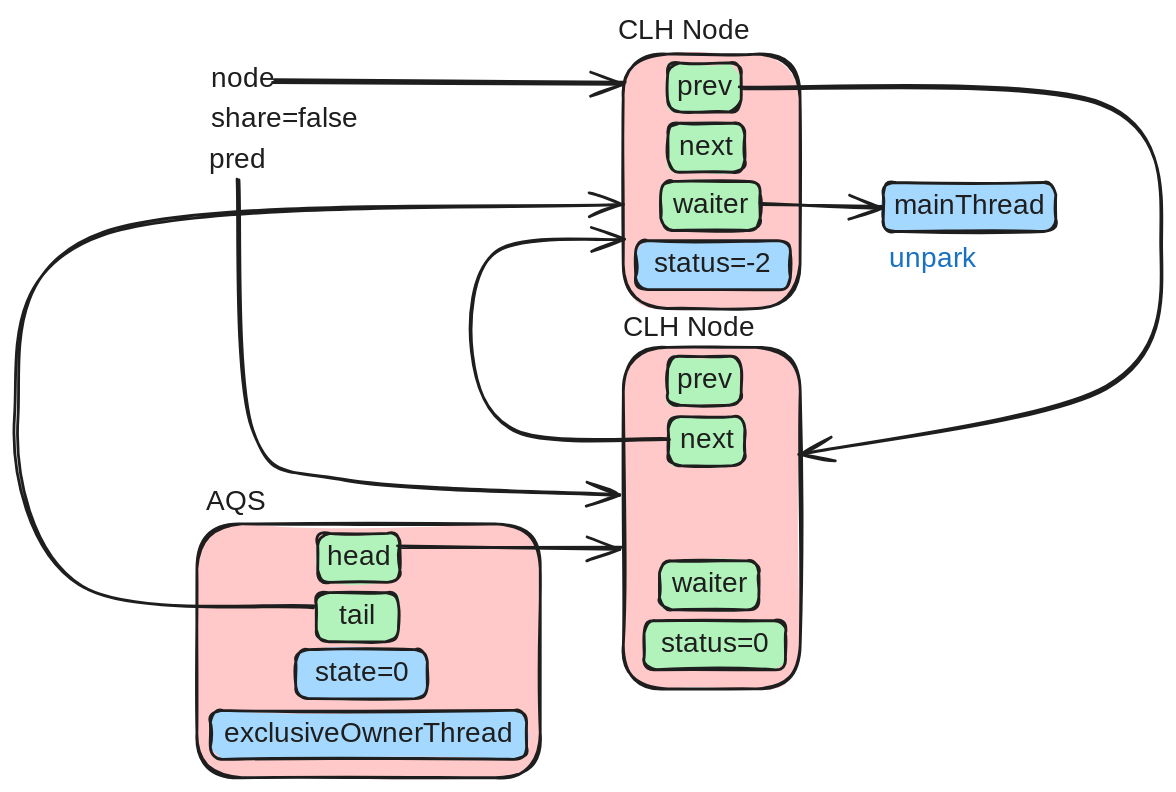
Above: docs/Java/Concurrency/Sync/AQS_Multithread_LockedThread_UnLock.excalidraw.svg in Xianzhan/xianzhan.github.io (Excalidraw), before the change. Source tidied: one line per element, renumbered; positions are measured from the earlier drawing's top-left corner, leaving out a move shared by most shapes. Source of this version:
```json
{"id": 0, "type": "rectangle", "strokeColor": "#1e1e1e", "backgroundColor": "#ffc9c9", "fillStyle": "solid", "strokeWidth": 2, "roughness": 1, "round": true, "x": 130, "y": 364, "width": 245, "height": 181}
{"id": 1, "type": "rectangle", "strokeColor": "#1e1e1e", "backgroundColor": "#b2f2bb", "fillStyle": "solid", "strokeWidth": 2, "roughness": 1, "round": true, "x": 216, "y": 371, "width": 59, "height": 35}
{"id": 2, "type": "text", "text": "head", "strokeColor": "#1e1e1e", "backgroundColor": "#b2f2bb", "fillStyle": "solid", "strokeWidth": 2, "roughness": 1, "fontSize": 20, "fontFamily": 5, "textAlign": "center", "verticalAlign": "middle", "inside": 1, "x": 222, "y": 376, "width": 46, "height": 25}
{"id": 3, "type": "rectangle", "strokeColor": "#1e1e1e", "backgroundColor": "#b2f2bb", "fillStyle": "solid", "strokeWidth": 2, "roughness": 1, "round": true, "x": 215, "y": 413, "width": 59, "height": 35}
{"id": 4, "type": "text", "text": "tail", "strokeColor": "#1e1e1e", "backgroundColor": "#b2f2bb", "fillStyle": "solid", "strokeWidth": 2, "roughness": 1, "fontSize": 20, "fontFamily": 5, "textAlign": "center", "verticalAlign": "middle", "inside": 3, "x": 228, "y": 418, "width": 32, "height": 25}
{"id": 5, "type": "rectangle", "strokeColor": "#1e1e1e", "backgroundColor": "#a5d8ff", "fillStyle": "solid", "strokeWidth": 2, "roughness": 1, "round": true, "x": 200, "y": 454, "width": 94, "height": 35}
{"id": 6, "type": "text", "text": "state=0", "strokeColor": "#1e1e1e", "backgroundColor": "#b2f2bb", "fillStyle": "solid", "strokeWidth": 2, "roughness": 1, "fontSize": 20, "fontFamily": 5, "textAlign": "center", "verticalAlign": "middle", "inside": 5, "x": 207, "y": 459, "width": 80, "height": 25}
{"id": 7, "type": "rectangle", "strokeColor": "#1e1e1e", "backgroundColor": "#a5d8ff", "fillStyle": "solid", "strokeWidth": 2, "roughness": 1, "round": true, "x": 139, "y": 497, "width": 226, "height": 35}
{"id": 8, "type": "text", "text": "exclusiveOwnerThread", "strokeColor": "#1e1e1e", "backgroundColor": "#b2f2bb", "fillStyle": "solid", "strokeWidth": 2, "roughness": 1, "fontSize": 20, "fontFamily": 5, "textAlign": "center", "verticalAlign": "middle", "inside": 7, "x": 145, "y": 502, "width": 214, "height": 25}
{"id": 9, "type": "rectangle", "strokeColor": "#1e1e1e", "backgroundColor": "#ffc9c9", "fillStyle": "solid", "strokeWidth": 2, "roughness": 1, "round": true, "x": 434, "y": 238, "width": 126, "height": 244}
{"id": 10, "type": "rectangle", "strokeColor": "#1e1e1e", "backgroundColor": "#b2f2bb", "fillStyle": "solid", "strokeWidth": 2, "roughness": 1, "round": true, "x": 466, "y": 244, "width": 53, "height": 35}
{"id": 11, "type": "text", "text": "prev", "strokeColor": "#1e1e1e", "backgroundColor": "#ffc9c9", "fillStyle": "solid", "strokeWidth": 2, "roughness": 1, "fontSize": 20, "fontFamily": 5, "textAlign": "center", "verticalAlign": "middle", "inside": 10, "x": 472, "y": 249, "width": 40, "height": 25}
{"id": 12, "type": "rectangle", "strokeColor": "#1e1e1e", "backgroundColor": "#b2f2bb", "fillStyle": "solid", "strokeWidth": 2, "roughness": 1, "round": true, "x": 466, "y": 287, "width": 55, "height": 35}
{"id": 13, "type": "text", "text": "next", "strokeColor": "#1e1e1e", "backgroundColor": "#ffc9c9", "fillStyle": "solid", "strokeWidth": 2, "roughness": 1, "fontSize": 20, "fontFamily": 5, "textAlign": "center", "verticalAlign": "middle", "inside": 12, "x": 472, "y": 292, "width": 44, "height": 25}
{"id": 14, "type": "rectangle", "strokeColor": "#1e1e1e", "backgroundColor": "#b2f2bb", "fillStyle": "solid", "strokeWidth": 2, "roughness": 1, "round": true, "x": 460, "y": 391, "width": 71, "height": 35}
{"id": 15, "type": "text", "text": "waiter", "strokeColor": "#1e1e1e", "backgroundColor": "#ffc9c9", "fillStyle": "solid", "strokeWidth": 2, "roughness": 1, "fontSize": 20, "fontFamily": 5, "textAlign": "center", "verticalAlign": "middle", "inside": 14, "x": 466, "y": 396, "width": 60, "height": 25}
{"id": 16, "type": "rectangle", "strokeColor": "#1e1e1e", "backgroundColor": "#b2f2bb", "fillStyle": "solid", "strokeWidth": 2, "roughness": 1, "round": true, "x": 449, "y": 433, "width": 101, "height": 35}
{"id": 17, "type": "text", "text": "status=0", "strokeColor": "#1e1e1e", "backgroundColor": "#ffc9c9", "fillStyle": "solid", "strokeWidth": 2, "roughness": 1, "fontSize": 20, "fontFamily": 5, "textAlign": "center", "verticalAlign": "middle", "inside": 16, "x": 454, "y": 438, "width": 91, "height": 25}
{"id": 18, "type": "arrow", "strokeColor": "#1e1e1e", "backgroundColor": "#b2f2bb", "fillStyle": "solid", "strokeWidth": 2, "roughness": 1, "endArrowhead": "arrow", "round": true, "from": 1, "to": 9, "x": 275, "y": 381, "width": 159, "height": 1, "points": [[0, 0], [159, -1]]}
{"id": 19, "type": "text", "text": "node", "strokeColor": "#1e1e1e", "strokeWidth": 2, "roughness": 1, "fontSize": 20, "fontFamily": 5, "x": 139, "y": 34, "width": 45, "height": 25}
{"id": 20, "type": "text", "text": "share=false", "strokeColor": "#1e1e1e", "strokeWidth": 2, "roughness": 1, "fontSize": 20, "fontFamily": 5, "x": 139, "y": 63, "width": 111, "height": 25}
{"id": 21, "type": "rectangle", "strokeColor": "#1e1e1e", "backgroundColor": "#ffc9c9", "fillStyle": "solid", "strokeWidth": 2, "roughness": 1, "round": true, "x": 434, "y": 28, "width": 126, "height": 182}
{"id": 22, "type": "rectangle", "strokeColor": "#1e1e1e", "backgroundColor": "#b2f2bb", "fillStyle": "solid", "strokeWidth": 2, "roughness": 1, "round": true, "x": 466, "y": 35, "width": 53, "height": 35}
{"id": 23, "type": "text", "text": "prev", "strokeColor": "#1e1e1e", "backgroundColor": "#ffc9c9", "fillStyle": "solid", "strokeWidth": 2, "roughness": 1, "fontSize": 20, "fontFamily": 5, "textAlign": "center", "verticalAlign": "middle", "inside": 22, "x": 472, "y": 40, "width": 40, "height": 25}
{"id": 24, "type": "rectangle", "strokeColor": "#1e1e1e", "backgroundColor": "#b2f2bb", "fillStyle": "solid", "strokeWidth": 2, "roughness": 1, "round": true, "x": 466, "y": 78, "width": 55, "height": 35}
{"id": 25, "type": "text", "text": "next", "strokeColor": "#1e1e1e", "backgroundColor": "#ffc9c9", "fillStyle": "solid", "strokeWidth": 2, "roughness": 1, "fontSize": 20, "fontFamily": 5, "textAlign": "center", "verticalAlign": "middle", "inside": 24, "x": 472, "y": 83, "width": 44, "height": 25}
{"id": 26, "type": "rectangle", "strokeColor": "#1e1e1e", "backgroundColor": "#b2f2bb", "fillStyle": "solid", "strokeWidth": 2, "roughness": 1, "round": true, "x": 461, "y": 119, "width": 71, "height": 35}
{"id": 27, "type": "text", "text": "waiter", "strokeColor": "#1e1e1e", "backgroundColor": "#ffc9c9", "fillStyle": "solid", "strokeWidth": 2, "roughness": 1, "fontSize": 20, "fontFamily": 5, "textAlign": "center", "verticalAlign": "middle", "inside": 26, "x": 467, "y": 124, "width": 60, "height": 25}
{"id": 28, "type": "rectangle", "strokeColor": "#1e1e1e", "backgroundColor": "#a5d8ff", "fillStyle": "solid", "strokeWidth": 2, "roughness": 1, "round": true, "x": 443, "y": 162, "width": 111, "height": 35}
{"id": 29, "type": "text", "text": "status=-2", "strokeColor": "#1e1e1e", "backgroundColor": "#ffc9c9", "fillStyle": "solid", "strokeWidth": 2, "roughness": 1, "fontSize": 20, "fontFamily": 5, "textAlign": "center", "verticalAlign": "middle", "inside": 28, "x": 448, "y": 167, "width": 100, "height": 25}
{"id": 30, "type": "arrow", "strokeColor": "#1e1e1e", "backgroundColor": "#a5d8ff", "fillStyle": "solid", "strokeWidth": 2, "roughness": 1, "endArrowhead": "arrow", "round": true, "from": 19, "to": 21, "x": 185, "y": 48, "width": 251, "height": 1, "points": [[0, 0], [251, 1]]}
{"id": 31, "type": "text", "text": "pred", "strokeColor": "#1e1e1e", "strokeWidth": 2, "roughness": 1, "fontSize": 20, "fontFamily": 5, "x": 138, "y": 92, "width": 41, "height": 25}
{"id": 32, "type": "rectangle", "strokeColor": "#1e1e1e", "backgroundColor": "#a5d8ff", "fillStyle": "solid", "strokeWidth": 2, "roughness": 1, "round": true, "x": 620, "y": 120, "width": 123, "height": 35}
{"id": 33, "type": "text", "text": "mainThread", "strokeColor": "#1e1e1e", "strokeWidth": 2, "roughness": 1, "fontSize": 20, "fontFamily": 5, "textAlign": "center", "verticalAlign": "middle", "inside": 32, "x": 626, "y": 125, "width": 111, "height": 25}
{"id": 34, "type": "arrow", "strokeColor": "#1e1e1e", "backgroundColor": "#ffc9c9", "fillStyle": "solid", "strokeWidth": 2, "roughness": 1, "endArrowhead": "arrow", "round": true, "from": 26, "to": 32, "x": 532, "y": 136, "width": 88, "height": 2, "points": [[0, 0], [88, 2]]}
{"id": 35, "type": "arrow", "strokeColor": "#1e1e1e", "backgroundColor": "#b2f2bb", "fillStyle": "solid", "strokeWidth": 2, "roughness": 1, "endArrowhead": "arrow", "round": true, "from": 22, "to": 9, "x": 518, "y": 53, "width": 300, "height": 262, "points": [[0, 0], [257, 11], [300, 114], [261, 214], [42, 262]]}
{"id": 36, "type": "arrow", "strokeColor": "#1e1e1e", "backgroundColor": "#a5d8ff", "fillStyle": "solid", "strokeWidth": 2, "roughness": 1, "endArrowhead": "arrow", "round": true, "from": 12, "to": 28, "x": 466, "y": 304, "width": 140, "height": 142, "points": [[0, 0], [-108, -6], [-140, -61], [-122, -134], [-32, -142]]}
{"id": 37, "type": "arrow", "strokeColor": "#1e1e1e", "strokeWidth": 2, "roughness": 1, "endArrowhead": "arrow", "round": true, "from": 31, "to": 9, "x": 159, "y": 117, "width": 273, "height": 227, "points": [[0, 0], [10, 180], [76, 216], [273, 227]]}
{"id": 38, "type": "text", "text": "unpark", "strokeColor": "#1971c2", "backgroundColor": "#a5d8ff", "fillStyle": "solid", "strokeWidth": 2, "roughness": 1, "fontSize": 20, "fontFamily": 5, "x": 624, "y": 163, "width": 63, "height": 25}
{"id": 39, "type": "arrow", "strokeColor": "#1e1e1e", "strokeWidth": 2, "roughness": 1, "endArrowhead": "arrow", "round": true, "from": 3, "to": 21, "x": 214, "y": 425, "width": 433, "height": 288, "points": [[0, 0], [-168, -16], [-214, -138], [-152, -267], [220, -288]]}
{"id": 40, "type": "text", "text": "AQS", "strokeColor": "#1e1e1e", "strokeWidth": 2, "roughness": 1, "fontSize": 20, "fontFamily": 5, "x": 136, "y": 337, "width": 41, "height": 25}
{"id": 41, "type": "text", "text": "CLH Node", "strokeColor": "#1e1e1e", "strokeWidth": 2, "roughness": 1, "fontSize": 20, "fontFamily": 5, "x": 430, "y": 0, "width": 90, "height": 25}
{"id": 42, "type": "text", "text": "CLH Node", "strokeColor": "#1e1e1e", "strokeWidth": 2, "roughness": 1, "fontSize": 20, "fontFamily": 5, "x": 434, "y": 212, "width": 90, "height": 25}
```
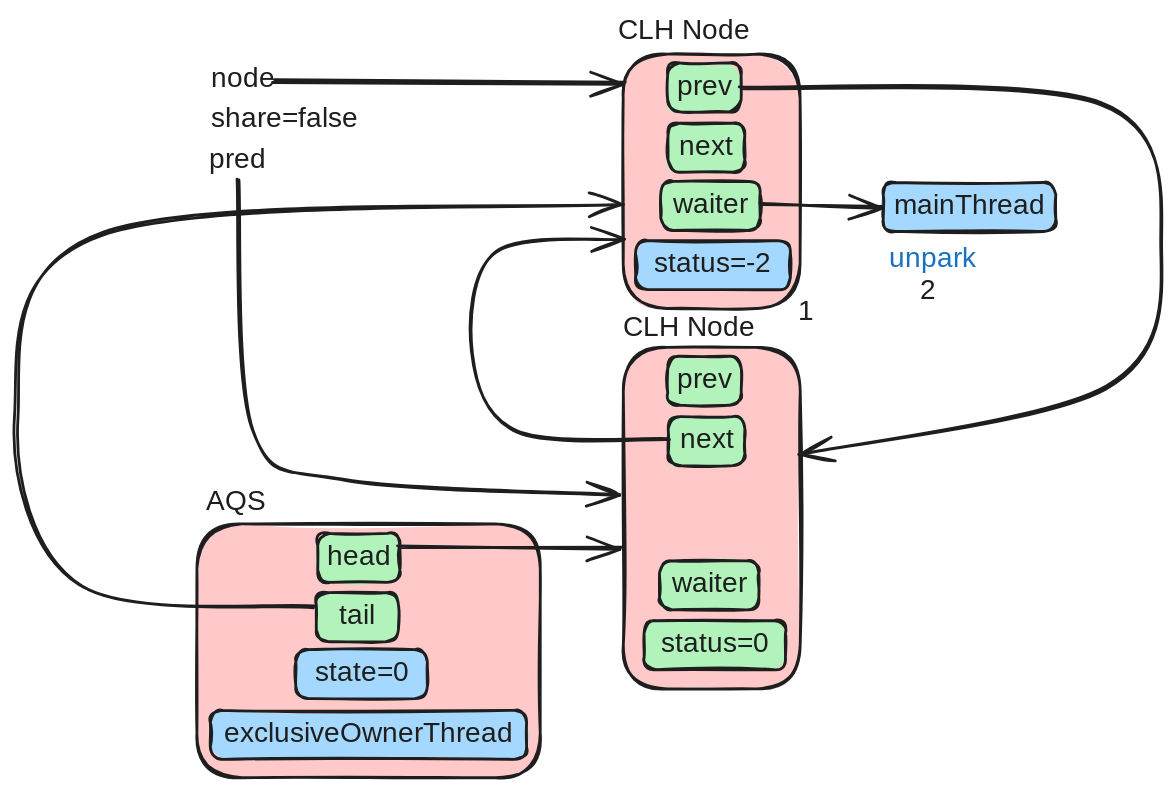
The same file after the commit.

Change to the diagram source:
```diff
@@ -41,3 +41,5 @@
 {"id": 40, "type": "text", "text": "AQS", "strokeColor": "#1e1e1e", "strokeWidth": 2, "roughness": 1, "fontSize": 20, "fontFamily": 5, "x": 136, "y": 337, "width": 41, "height": 25}
 {"id": 41, "type": "text", "text": "CLH Node", "strokeColor": "#1e1e1e", "strokeWidth": 2, "roughness": 1, "fontSize": 20, "fontFamily": 5, "x": 430, "y": 0, "width": 90, "height": 25}
 {"id": 42, "type": "text", "text": "CLH Node", "strokeColor": "#1e1e1e", "strokeWidth": 2, "roughness": 1, "fontSize": 20, "fontFamily": 5, "x": 434, "y": 212, "width": 90, "height": 25}
+{"id": 43, "type": "text", "text": "1", "strokeColor": "#1e1e1e", "strokeWidth": 2, "roughness": 1, "fontSize": 20, "fontFamily": 5, "x": 559, "y": 201, "width": 9, "height": 25}
+{"id": 44, "type": "text", "text": "2", "strokeColor": "#1e1e1e", "strokeWidth": 2, "roughness": 1, "fontSize": 20, "fontFamily": 5, "x": 646, "y": 186, "width": 14, "height": 25}
```
